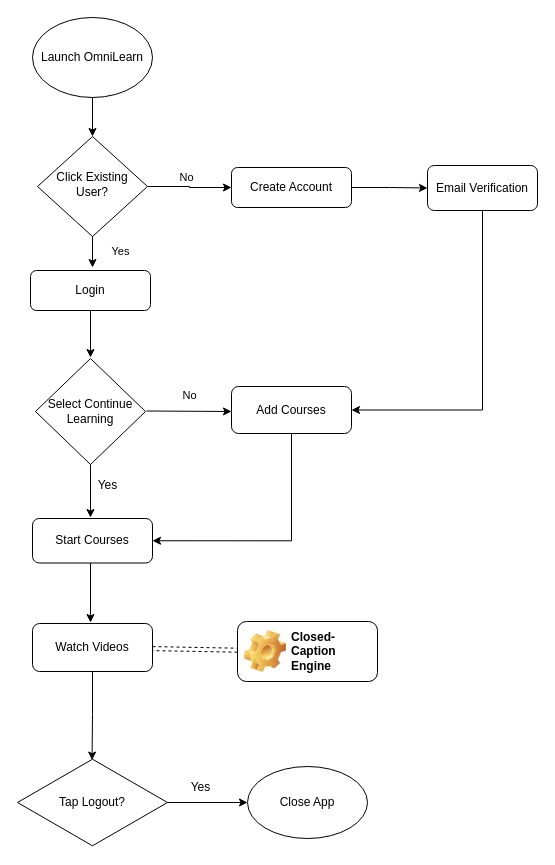
alagbesola/SideHustle-PM-4 keeps this draw.io diagram as TaskFlow.drawio. Above is the earlier version. Source tidied: cells renumbered, new cells numbered last; positions are measured from the earlier drawing's top-left corner, leaving out a move shared by most shapes. Both pictures are drawn from the tidied source at 100%, with x=0, y=0 at pixel (17, 17).
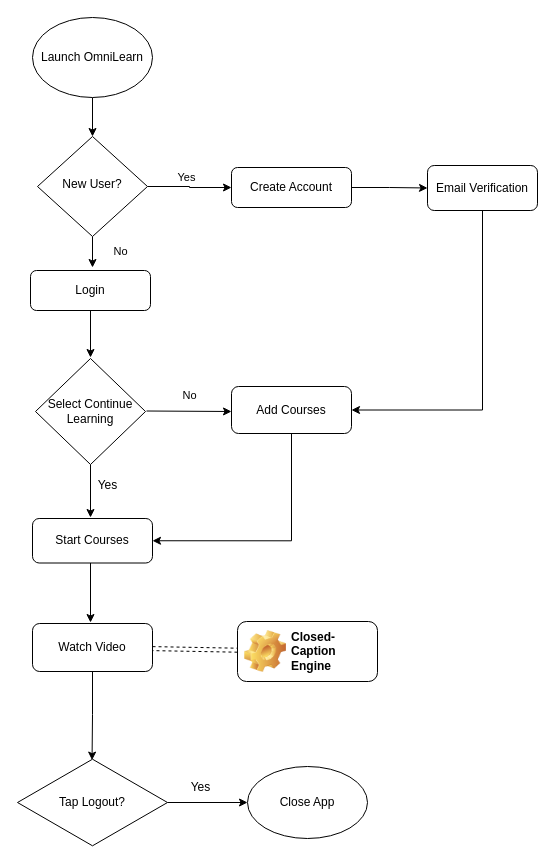
The same diagram, later.

Change to the diagram source:
```diff
@@
-    <mxCell id="4" value="Click Existing User?" style="rhombus;whiteSpace=wrap;html=1;shadow=0;fontFamily=Helvetica;fontSize=12;align=center;strokeWidth=1;spacing=6;spacingTop=-4;" parent="1" vertex="1">
+    <mxCell id="4" value="New User?" style="rhombus;whiteSpace=wrap;html=1;shadow=0;fontFamily=Helvetica;fontSize=12;align=center;strokeWidth=1;spacing=6;spacingTop=-4;" parent="1" vertex="1">
       <mxGeometry x="20" y="119" width="110" height="100" as="geometry" />
     </mxCell>
@@
-    <mxCell id="13" value="Watch Videos" style="rounded=1;whiteSpace=wrap;html=1;" parent="1" vertex="1">
+    <mxCell id="13" value="Watch Video" style="rounded=1;whiteSpace=wrap;html=1;" parent="1" vertex="1">
       <mxGeometry x="15" y="606" width="120" height="48" as="geometry" />
     </mxCell>
@@
-    <mxCell id="28" value="Yes" style="edgeLabel;html=1;align=center;verticalAlign=middle;" parent="1" vertex="1">
+    <mxCell id="28" value="No" style="edgeLabel;html=1;align=center;verticalAlign=middle;" parent="1" vertex="1">
       <mxGeometry x="183" y="392.7" as="geometry">
         <mxPoint x="-81" y="-159" as="offset" />
       </mxGeometry>
     </mxCell>
-    <mxCell id="29" value="No" style="edgeLabel;html=1;align=center;verticalAlign=middle;" parent="1" vertex="1">
+    <mxCell id="29" value="Yes" style="edgeLabel;html=1;align=center;verticalAlign=middle;" parent="1" vertex="1">
       <mxGeometry x="190" y="390.8" as="geometry">
         <mxPoint x="-22" y="-231" as="offset" />
       </mxGeometry>
     </mxCell>
```
